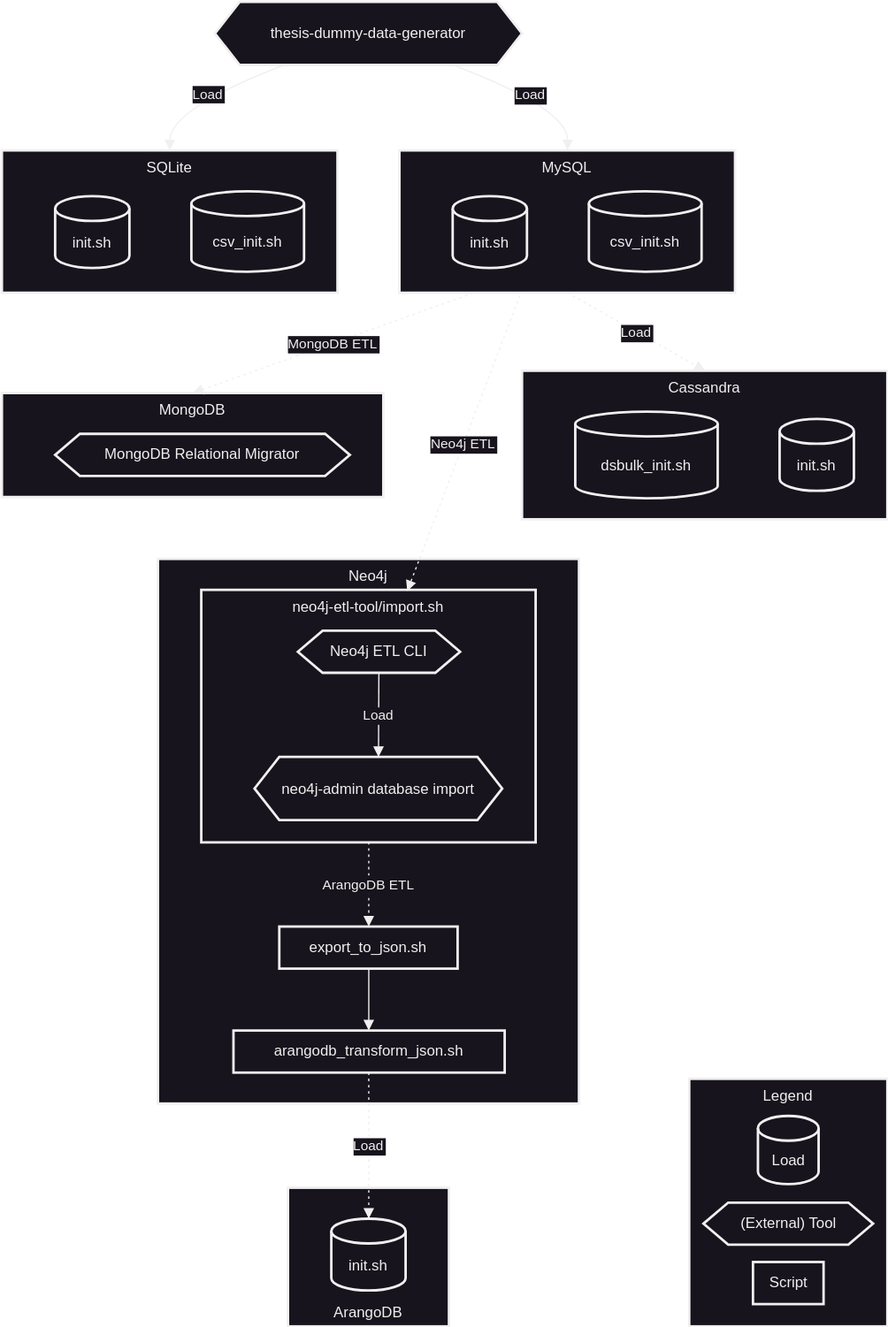
This is common/docs/etl-flowchart.drawio.svg from corovcam/Query-Languages-Analysis-Thesis, a draw.io export, as it was before one commit. Source tidied: cells renumbered, new cells last; positions are measured from the earlier drawing's top-left corner, leaving out a move shared by most shapes. Its diagram source:
```xml
<mxGraphModel>
  <root>
    <mxCell id="0" />
    <mxCell id="1" parent="0" />
    <mxCell id="2" value="MongoDB" style="whiteSpace=wrap;strokeWidth=2;verticalAlign=top;" parent="1" vertex="1">
      <mxGeometry y="316" width="308" height="84" as="geometry" />
    </mxCell>
    <mxCell id="3" value="MongoDB Relational Migrator" style="shape=hexagon;perimeter=hexagonPerimeter2;fixedSize=1;strokeWidth=2;whiteSpace=wrap;" parent="2" vertex="1">
      <mxGeometry x="43" y="33" width="238" height="34" as="geometry" />
    </mxCell>
    <mxCell id="4" value="Cassandra" style="whiteSpace=wrap;strokeWidth=2;verticalAlign=top;" parent="1" vertex="1">
      <mxGeometry x="420" y="298" width="295" height="120" as="geometry" />
    </mxCell>
    <mxCell id="5" value="dsbulk_init.sh" style="shape=cylinder3;boundedLbl=1;backgroundOutline=1;size=10;strokeWidth=2;whiteSpace=wrap;" parent="4" vertex="1">
      <mxGeometry x="43" y="33" width="115" height="70" as="geometry" />
    </mxCell>
    <mxCell id="6" value="init.sh" style="shape=cylinder3;boundedLbl=1;backgroundOutline=1;size=10;strokeWidth=2;whiteSpace=wrap;" parent="4" vertex="1">
      <mxGeometry x="208" y="39" width="60" height="58" as="geometry" />
    </mxCell>
    <mxCell id="7" value="ArangoDB" style="whiteSpace=wrap;strokeWidth=2;verticalAlign=bottom;spacingBottom=2;" parent="1" vertex="1">
      <mxGeometry x="231" y="958" width="130" height="112" as="geometry" />
    </mxCell>
    <mxCell id="8" value="init.sh" style="shape=cylinder3;boundedLbl=1;backgroundOutline=1;size=10;strokeWidth=2;whiteSpace=wrap;" parent="1" vertex="1">
      <mxGeometry x="266" y="983" width="60" height="58" as="geometry" />
    </mxCell>
    <mxCell id="9" value="Neo4j" style="whiteSpace=wrap;strokeWidth=2;verticalAlign=top;spacingRight=0;horizontal=1;align=center;spacingLeft=0;" parent="1" vertex="1">
      <mxGeometry x="126" y="450" width="340" height="440" as="geometry" />
    </mxCell>
    <mxCell id="10" value="neo4j-etl-tool/import.sh" style="whiteSpace=wrap;strokeWidth=2;verticalAlign=top;" parent="1" vertex="1">
      <mxGeometry x="161" y="475" width="270" height="204" as="geometry" />
    </mxCell>
    <mxCell id="11" value="neo4j-admin database import" style="shape=hexagon;perimeter=hexagonPerimeter2;fixedSize=1;strokeWidth=2;whiteSpace=wrap;" parent="10" vertex="1">
      <mxGeometry x="43" y="135" width="200" height="51" as="geometry" />
    </mxCell>
    <mxCell id="12" value="Neo4j ETL CLI" style="shape=hexagon;perimeter=hexagonPerimeter2;fixedSize=1;strokeWidth=2;whiteSpace=wrap;" parent="10" vertex="1">
      <mxGeometry x="78" y="33" width="131" height="34" as="geometry" />
    </mxCell>
    <mxCell id="13" value="Load" style="curved=1;startArrow=none;endArrow=block;rounded=0;" parent="10" edge="1" source="12" target="11">
      <mxGeometry relative="1" as="geometry" />
    </mxCell>
    <mxCell id="14" value="export_to_json.sh" style="whiteSpace=wrap;strokeWidth=2;" parent="1" vertex="1">
      <mxGeometry x="224" y="747" width="144" height="34" as="geometry" />
    </mxCell>
    <mxCell id="15" value="arangodb_transform_json.sh" style="whiteSpace=wrap;strokeWidth=2;" parent="1" vertex="1">
      <mxGeometry x="187" y="831" width="219" height="34" as="geometry" />
    </mxCell>
    <mxCell id="16" value="SQLite" style="whiteSpace=wrap;strokeWidth=2;verticalAlign=top;" parent="1" vertex="1">
      <mxGeometry y="120" width="271" height="115" as="geometry" />
    </mxCell>
    <mxCell id="17" value="init.sh" style="shape=cylinder3;boundedLbl=1;backgroundOutline=1;size=10;strokeWidth=2;whiteSpace=wrap;" parent="16" vertex="1">
      <mxGeometry x="43" y="37" width="60" height="58" as="geometry" />
    </mxCell>
    <mxCell id="18" value="csv_init.sh" style="shape=cylinder3;boundedLbl=1;backgroundOutline=1;size=10;strokeWidth=2;whiteSpace=wrap;" parent="16" vertex="1">
      <mxGeometry x="153" y="33" width="91" height="65" as="geometry" />
    </mxCell>
    <mxCell id="19" value="MySQL" style="whiteSpace=wrap;strokeWidth=2;verticalAlign=top;" parent="1" vertex="1">
      <mxGeometry x="321" y="120" width="271" height="115" as="geometry" />
    </mxCell>
    <mxCell id="20" value="init.sh" style="shape=cylinder3;boundedLbl=1;backgroundOutline=1;size=10;strokeWidth=2;whiteSpace=wrap;" parent="19" vertex="1">
      <mxGeometry x="43" y="37" width="60" height="58" as="geometry" />
    </mxCell>
    <mxCell id="21" value="csv_init.sh" style="shape=cylinder3;boundedLbl=1;backgroundOutline=1;size=10;strokeWidth=2;whiteSpace=wrap;" parent="19" vertex="1">
      <mxGeometry x="153" y="33" width="91" height="65" as="geometry" />
    </mxCell>
    <mxCell id="22" value="thesis-dummy-data-generator" style="shape=hexagon;perimeter=hexagonPerimeter2;fixedSize=1;strokeWidth=2;whiteSpace=wrap;" parent="1" vertex="1">
      <mxGeometry x="172" width="248" height="51" as="geometry" />
    </mxCell>
    <mxCell id="23" value="Load" style="curved=1;dashed=1;dashPattern=2 3;startArrow=none;endArrow=block;exitX=0.4989131422347674;exitY=0.9838627085966223;entryX=0.5043663024902344;entryY=0.0020344832847858296;rounded=0;" parent="1" edge="1" source="15" target="8">
      <mxGeometry relative="1" as="geometry" />
    </mxCell>
    <mxCell id="24" style="curved=1;startArrow=none;endArrow=block;exitX=0.5018192927042643;exitY=0.9936665927662569;entryX=0.4989131422347674;entryY=-0.006333407233743107;rounded=0;" parent="1" edge="1" source="14" target="15">
      <mxGeometry relative="1" as="geometry" />
    </mxCell>
    <mxCell id="25" value="Load" style="curved=1;startArrow=none;endArrow=block;exitX=0.7774352111164893;exitY=1.0052287531834023;entryX=0.5009897379857587;entryY=-0.0005797012992527174;rounded=0;" parent="1" edge="1" source="22" target="19">
      <mxGeometry relative="1" as="geometry">
        <Array as="points">
          <mxPoint x="457" y="86" />
        </Array>
      </mxGeometry>
    </mxCell>
    <mxCell id="26" value="Load" style="curved=1;startArrow=none;endArrow=block;exitX=0.2237197807717416;exitY=1.0052287531834023;entryX=0.5000672287606666;entryY=-0.0005797012992527174;rounded=0;" parent="1" edge="1" source="22" target="16">
      <mxGeometry relative="1" as="geometry">
        <Array as="points">
          <mxPoint x="136" y="86" />
        </Array>
      </mxGeometry>
    </mxCell>
    <mxCell id="27" value="Neo4j ETL" style="curved=1;dashed=1;dashPattern=2 3;startArrow=none;endArrow=block;exitX=0.359;exitY=1.02;entryX=0.616;entryY=0.005;rounded=0;exitDx=0;exitDy=0;exitPerimeter=0;entryDx=0;entryDy=0;entryPerimeter=0;" parent="1" edge="1" source="19" target="10">
      <mxGeometry relative="1" as="geometry" />
    </mxCell>
    <mxCell id="28" value="Load" style="curved=1;dashed=1;dashPattern=2 3;startArrow=none;endArrow=block;exitX=0.5009897379857587;exitY=1.0016058216924253;entryX=0.5009092169292902;entryY=-0.0009377161661783854;rounded=0;" parent="1" edge="1" source="19" target="4">
      <mxGeometry relative="1" as="geometry" />
    </mxCell>
    <mxCell id="29" value="MongoDB ETL" style="curved=1;dashed=1;dashPattern=2 3;startArrow=none;endArrow=block;exitX=0.219;exitY=1.003;entryX=0.5005622467437347;entryY=-0.002166657220749628;rounded=0;exitDx=0;exitDy=0;exitPerimeter=0;" parent="1" edge="1" source="19" target="2">
      <mxGeometry relative="1" as="geometry" />
    </mxCell>
    <mxCell id="30" value="ArangoDB ETL" style="curved=1;dashed=1;dashPattern=2 3;startArrow=none;endArrow=block;exitX=0.5009702894422743;exitY=0.997310432733274;entryX=0.5018192927042643;entryY=0.003470476935891544;rounded=0;" parent="1" edge="1" source="10" target="14">
      <mxGeometry relative="1" as="geometry" />
    </mxCell>
    <mxCell id="31" style="group;strokeColor=none;dashed=1;rounded=0;glass=0;fillColor=none;perimeterSpacing=2;" parent="1" vertex="1">
      <mxGeometry x="555" y="870" width="160" height="200" as="geometry" />
    </mxCell>
    <mxCell id="32" value="Legend" style="whiteSpace=wrap;strokeWidth=2;verticalAlign=top;" parent="31" vertex="1">
      <mxGeometry width="160" height="200" as="geometry" />
    </mxCell>
    <mxCell id="33" value="Load" style="shape=cylinder3;boundedLbl=1;backgroundOutline=1;size=10;strokeWidth=2;whiteSpace=wrap;" parent="31" vertex="1">
      <mxGeometry x="55.5" y="30" width="49" height="55" as="geometry" />
    </mxCell>
    <mxCell id="34" value="(External) Tool" style="shape=hexagon;perimeter=hexagonPerimeter2;fixedSize=1;strokeWidth=2;whiteSpace=wrap;" parent="31" vertex="1">
      <mxGeometry x="11.5" y="100" width="137" height="34" as="geometry" />
    </mxCell>
    <mxCell id="35" value="Script" style="whiteSpace=wrap;strokeWidth=2;" parent="31" vertex="1">
      <mxGeometry x="51.5" y="148" width="57" height="34" as="geometry" />
    </mxCell>
  </root>
</mxGraphModel>
```
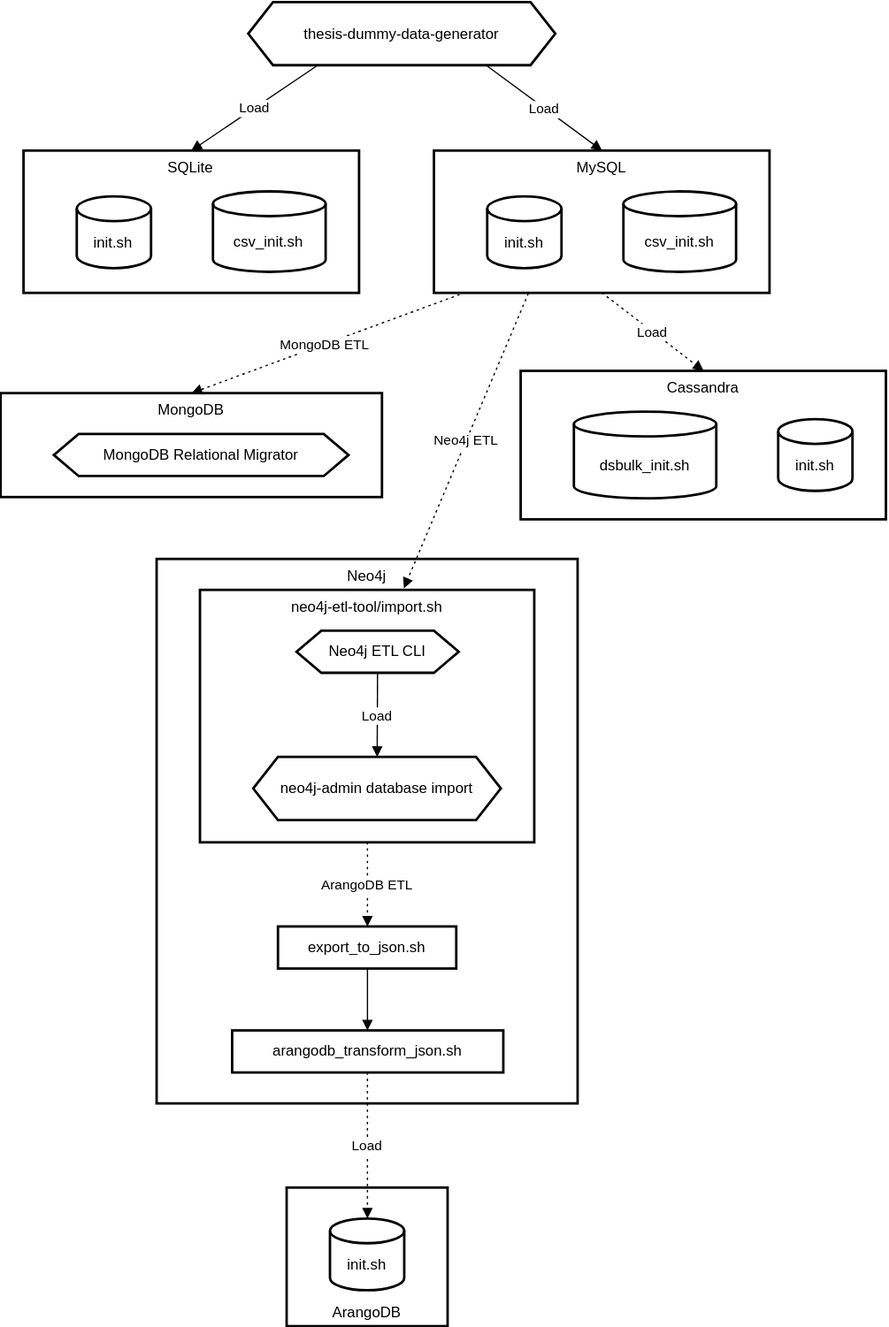
Later version of the same file.

Commit message:
Refactor table names in count_table_rows.sql

What changed in the source:
```diff
@@ -45,7 +45,7 @@
       <mxGeometry x="187" y="831" width="219" height="34" as="geometry" />
     </mxCell>
     <mxCell id="16" value="SQLite" style="whiteSpace=wrap;strokeWidth=2;verticalAlign=top;" parent="1" vertex="1">
-      <mxGeometry y="120" width="271" height="115" as="geometry" />
+      <mxGeometry x="18.5" y="120" width="271" height="115" as="geometry" />
     </mxCell>
     <mxCell id="17" value="init.sh" style="shape=cylinder3;boundedLbl=1;backgroundOutline=1;size=10;strokeWidth=2;whiteSpace=wrap;" parent="16" vertex="1">
       <mxGeometry x="43" y="37" width="60" height="58" as="geometry" />
@@ -54,7 +54,7 @@
       <mxGeometry x="153" y="33" width="91" height="65" as="geometry" />
     </mxCell>
     <mxCell id="19" value="MySQL" style="whiteSpace=wrap;strokeWidth=2;verticalAlign=top;" parent="1" vertex="1">
-      <mxGeometry x="321" y="120" width="271" height="115" as="geometry" />
+      <mxGeometry x="350" y="120" width="271" height="115" as="geometry" />
     </mxCell>
     <mxCell id="20" value="init.sh" style="shape=cylinder3;boundedLbl=1;backgroundOutline=1;size=10;strokeWidth=2;whiteSpace=wrap;" parent="19" vertex="1">
       <mxGeometry x="43" y="37" width="60" height="58" as="geometry" />
@@ -63,7 +63,7 @@
       <mxGeometry x="153" y="33" width="91" height="65" as="geometry" />
     </mxCell>
     <mxCell id="22" value="thesis-dummy-data-generator" style="shape=hexagon;perimeter=hexagonPerimeter2;fixedSize=1;strokeWidth=2;whiteSpace=wrap;" parent="1" vertex="1">
-      <mxGeometry x="172" width="248" height="51" as="geometry" />
+      <mxGeometry x="200" width="248" height="51" as="geometry" />
     </mxCell>
     <mxCell id="23" value="Load" style="curved=1;dashed=1;dashPattern=2 3;startArrow=none;endArrow=block;exitX=0.4989131422347674;exitY=0.9838627085966223;entryX=0.5043663024902344;entryY=0.0020344832847858296;rounded=0;" parent="1" edge="1" source="15" target="8">
       <mxGeometry relative="1" as="geometry" />
@@ -72,45 +72,22 @@
       <mxGeometry relative="1" as="geometry" />
     </mxCell>
     <mxCell id="25" value="Load" style="curved=1;startArrow=none;endArrow=block;exitX=0.7774352111164893;exitY=1.0052287531834023;entryX=0.5009897379857587;entryY=-0.0005797012992527174;rounded=0;" parent="1" edge="1" source="22" target="19">
-      <mxGeometry relative="1" as="geometry">
-        <Array as="points">
-          <mxPoint x="457" y="86" />
-        </Array>
-      </mxGeometry>
+      <mxGeometry relative="1" as="geometry" />
     </mxCell>
     <mxCell id="26" value="Load" style="curved=1;startArrow=none;endArrow=block;exitX=0.2237197807717416;exitY=1.0052287531834023;entryX=0.5000672287606666;entryY=-0.0005797012992527174;rounded=0;" parent="1" edge="1" source="22" target="16">
-      <mxGeometry relative="1" as="geometry">
-        <Array as="points">
-          <mxPoint x="136" y="86" />
-        </Array>
-      </mxGeometry>
+      <mxGeometry relative="1" as="geometry" />
     </mxCell>
-    <mxCell id="27" value="Neo4j ETL" style="curved=1;dashed=1;dashPattern=2 3;startArrow=none;endArrow=block;exitX=0.359;exitY=1.02;entryX=0.616;entryY=0.005;rounded=0;exitDx=0;exitDy=0;exitPerimeter=0;entryDx=0;entryDy=0;entryPerimeter=0;" parent="1" edge="1" source="19" target="10">
+    <mxCell id="27" value="Neo4j ETL" style="curved=1;dashed=1;dashPattern=2 3;startArrow=none;endArrow=block;exitX=0.281;exitY=1.005;entryX=0.61;entryY=-0.006;rounded=0;exitDx=0;exitDy=0;exitPerimeter=0;entryDx=0;entryDy=0;entryPerimeter=0;" parent="1" edge="1" source="19" target="10">
       <mxGeometry relative="1" as="geometry" />
     </mxCell>
     <mxCell id="28" value="Load" style="curved=1;dashed=1;dashPattern=2 3;startArrow=none;endArrow=block;exitX=0.5009897379857587;exitY=1.0016058216924253;entryX=0.5009092169292902;entryY=-0.0009377161661783854;rounded=0;" parent="1" edge="1" source="19" target="4">
       <mxGeometry relative="1" as="geometry" />
     </mxCell>
-    <mxCell id="29" value="MongoDB ETL" style="curved=1;dashed=1;dashPattern=2 3;startArrow=none;endArrow=block;exitX=0.219;exitY=1.003;entryX=0.5005622467437347;entryY=-0.002166657220749628;rounded=0;exitDx=0;exitDy=0;exitPerimeter=0;" parent="1" edge="1" source="19" target="2">
+    <mxCell id="29" value="MongoDB ETL" style="curved=1;dashed=1;dashPattern=2 3;startArrow=none;endArrow=block;exitX=0.076;exitY=1.012;entryX=0.5005622467437347;entryY=-0.002166657220749628;rounded=0;exitDx=0;exitDy=0;exitPerimeter=0;" parent="1" edge="1" source="19" target="2">
       <mxGeometry relative="1" as="geometry" />
     </mxCell>
     <mxCell id="30" value="ArangoDB ETL" style="curved=1;dashed=1;dashPattern=2 3;startArrow=none;endArrow=block;exitX=0.5009702894422743;exitY=0.997310432733274;entryX=0.5018192927042643;entryY=0.003470476935891544;rounded=0;" parent="1" edge="1" source="10" target="14">
       <mxGeometry relative="1" as="geometry" />
     </mxCell>
-    <mxCell id="31" style="group;strokeColor=none;dashed=1;rounded=0;glass=0;fillColor=none;perimeterSpacing=2;" parent="1" vertex="1">
-      <mxGeometry x="555" y="870" width="160" height="200" as="geometry" />
-    </mxCell>
-    <mxCell id="32" value="Legend" style="whiteSpace=wrap;strokeWidth=2;verticalAlign=top;" parent="31" vertex="1">
-      <mxGeometry width="160" height="200" as="geometry" />
-    </mxCell>
-    <mxCell id="33" value="Load" style="shape=cylinder3;boundedLbl=1;backgroundOutline=1;size=10;strokeWidth=2;whiteSpace=wrap;" parent="31" vertex="1">
-      <mxGeometry x="55.5" y="30" width="49" height="55" as="geometry" />
-    </mxCell>
-    <mxCell id="34" value="(External) Tool" style="shape=hexagon;perimeter=hexagonPerimeter2;fixedSize=1;strokeWidth=2;whiteSpace=wrap;" parent="31" vertex="1">
-      <mxGeometry x="11.5" y="100" width="137" height="34" as="geometry" />
-    </mxCell>
-    <mxCell id="35" value="Script" style="whiteSpace=wrap;strokeWidth=2;" parent="31" vertex="1">
-      <mxGeometry x="51.5" y="148" width="57" height="34" as="geometry" />
-    </mxCell>
   </root>
 </mxGraphModel>
```
